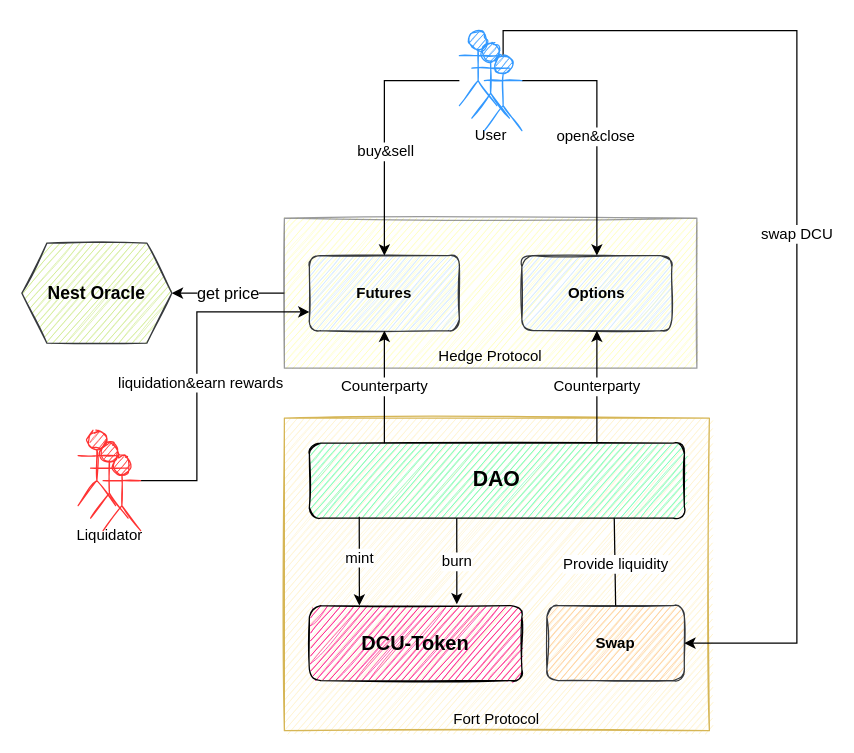
Above: Untitled Diagram.drawio in DoctorLi2042/DoctorLi2042 (draw.io), before the change. Source tidied: cells renumbered, new cells numbered last; positions are measured from the earlier drawing's top-left corner, leaving out a move shared by most shapes. Both pictures are drawn from the tidied source at 125%, with x=0, y=0 at pixel (21, 30).
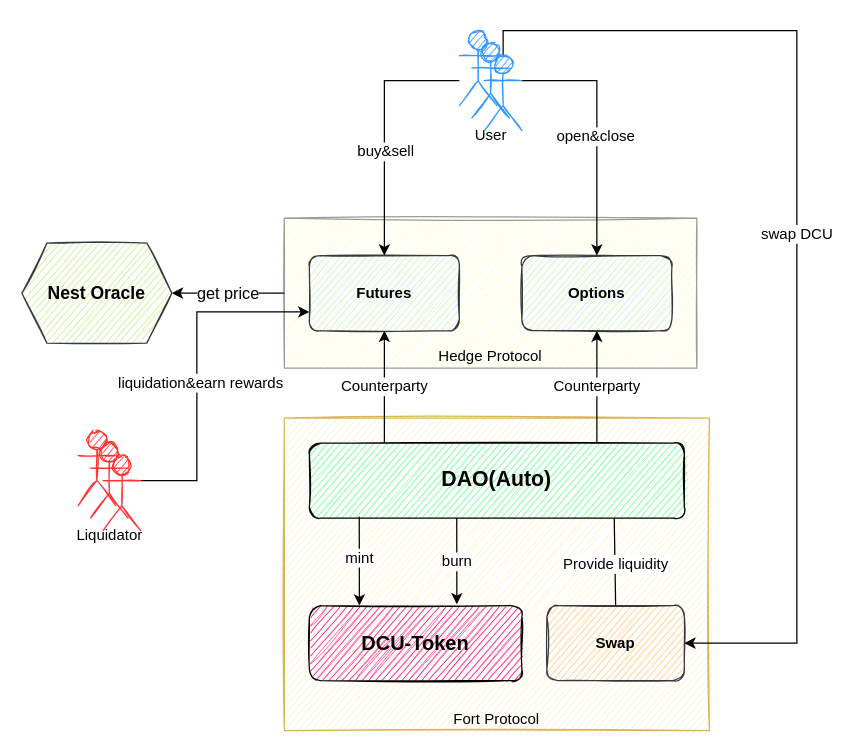
Above is the later version.

Diff of the diagram source:
```diff
@@
-    <mxCell id="11" value="&lt;font style=&quot;font-size: 17px&quot;&gt;&lt;b&gt;DAO&lt;/b&gt;&lt;/font&gt;" style="rounded=1;whiteSpace=wrap;html=1;shadow=0;glass=0;sketch=1;verticalAlign=middle;fillColor=#66FFB3;" parent="1" vertex="1">
+    <mxCell id="11" value="&lt;font style=&quot;font-size: 17px&quot;&gt;&lt;b&gt;DAO(Auto)&lt;/b&gt;&lt;/font&gt;" style="rounded=1;whiteSpace=wrap;html=1;shadow=0;glass=0;sketch=1;verticalAlign=middle;fillColor=#66FFB3;" parent="1" vertex="1">
       <mxGeometry x="230" y="330" width="300" height="60" as="geometry" />
     </mxCell>
```
